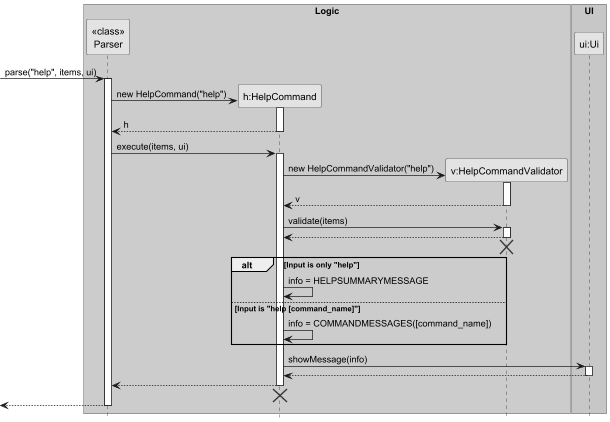
Above: docs/diagrams/HelpCommandSequenceDiagram.png in fmohamedfaras/tp (PlantUML), before the change. The source it was exported from:
```plantuml
@startuml
skinparam monochrome true
skinparam shadowing false
hide footbox

box "Logic" #LightBlue
participant "<<class>>\nParser" as Parser
participant "h:HelpCommand" as HelpCommand
participant "v:HelpCommandValidator" as HelpCommandValidator
end box

box "UI" #LightGreen
participant "ui:Ui" as Ui
end box

-> Parser : parse("help", items, ui)
activate Parser

create HelpCommand
Parser -> HelpCommand : new HelpCommand("help")
activate HelpCommand
HelpCommand --> Parser : h
deactivate HelpCommand

Parser -> HelpCommand : execute(items, ui)
activate HelpCommand

create HelpCommandValidator
HelpCommand -> HelpCommandValidator : new HelpCommandValidator("help")
activate HelpCommandValidator
HelpCommandValidator --> HelpCommand : v
deactivate HelpCommandValidator

HelpCommand -> HelpCommandValidator : validate(items)
activate HelpCommandValidator
HelpCommandValidator --> HelpCommand
deactivate HelpCommandValidator
HelpCommandValidator -[hidden]-> HelpCommand
destroy HelpCommandValidator

alt Input is only "help"
    HelpCommand -> HelpCommand : info = HELPSUMMARYMESSAGE
else Input is "help [command_name]"
    HelpCommand -> HelpCommand : info = COMMANDMESSAGES([command_name])
end

HelpCommand -> Ui : showMessage(info)
activate Ui
Ui --> HelpCommand
deactivate Ui

HelpCommand --> Parser
deactivate HelpCommand
HelpCommand -[hidden]-> Parser
destroy HelpCommand

<-- Parser
deactivate Parser

@enduml
```
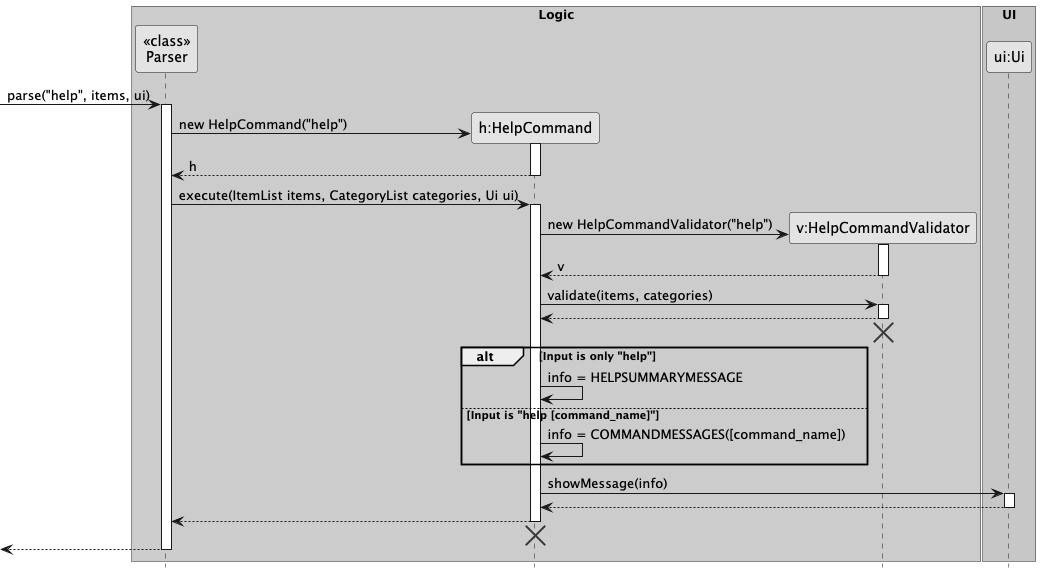
Later version of the same file.

The edit, as a diff of the source:
```diff
@@ -22,7 +22,7 @@
 HelpCommand --> Parser : h
 deactivate HelpCommand
 
-Parser -> HelpCommand : execute(items, ui)
+Parser -> HelpCommand : execute(ItemList items, CategoryList categories, Ui ui)
 activate HelpCommand
 
 create HelpCommandValidator
@@ -31,7 +31,7 @@
 HelpCommandValidator --> HelpCommand : v
 deactivate HelpCommandValidator
 
-HelpCommand -> HelpCommandValidator : validate(items)
+HelpCommand -> HelpCommandValidator : validate(items, categories)
 activate HelpCommandValidator
 HelpCommandValidator --> HelpCommand
 deactivate HelpCommandValidator
```
